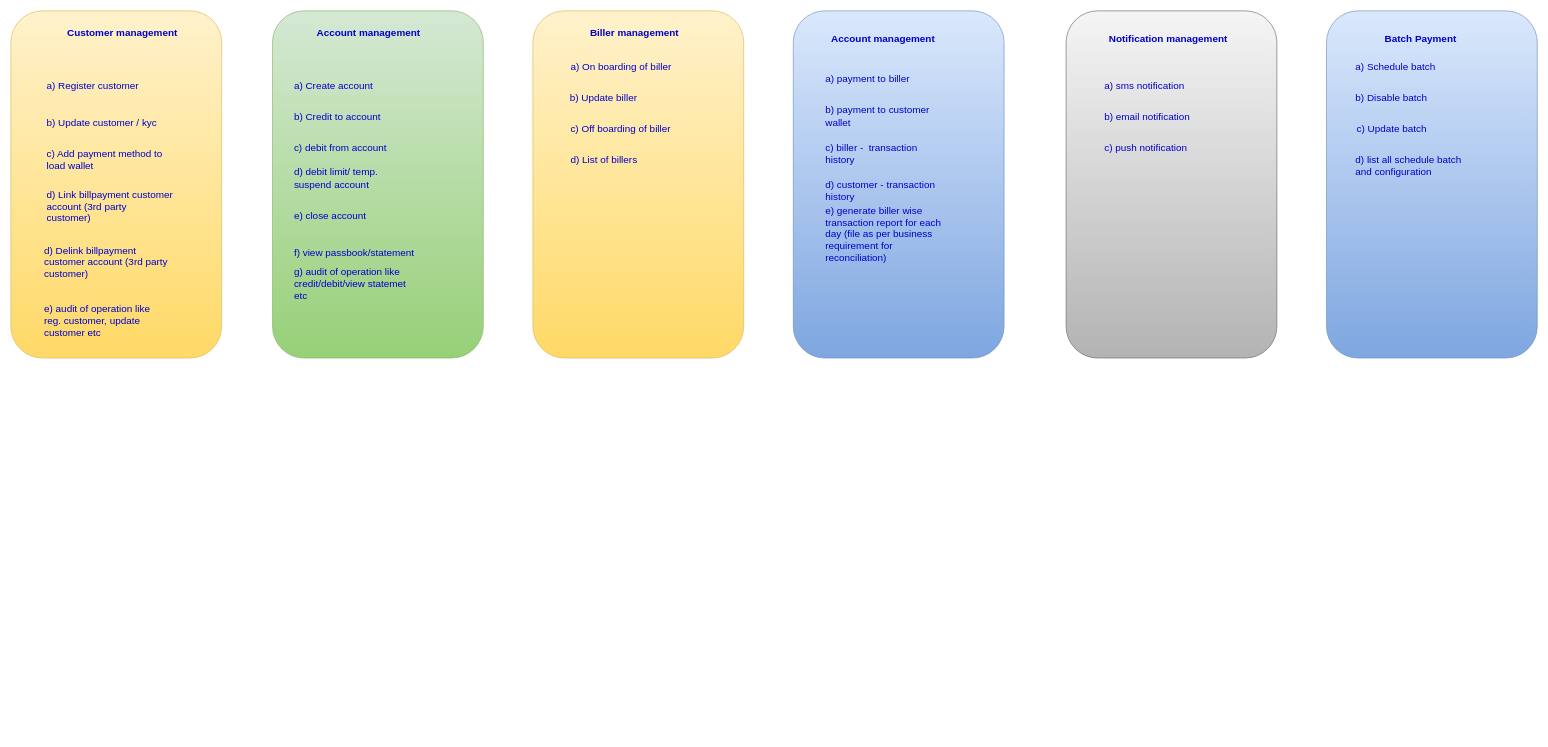
Above: java8/src/main/Subdomain-customer.drawio in aratishingala83/learning (draw.io), before the change. Source tidied: cells renumbered, new cells numbered last; positions are measured from the earlier drawing's top-left corner, leaving out a move shared by most shapes. Both pictures are drawn from the tidied source at 62%, with x=0, y=0 at pixel (11, 11).
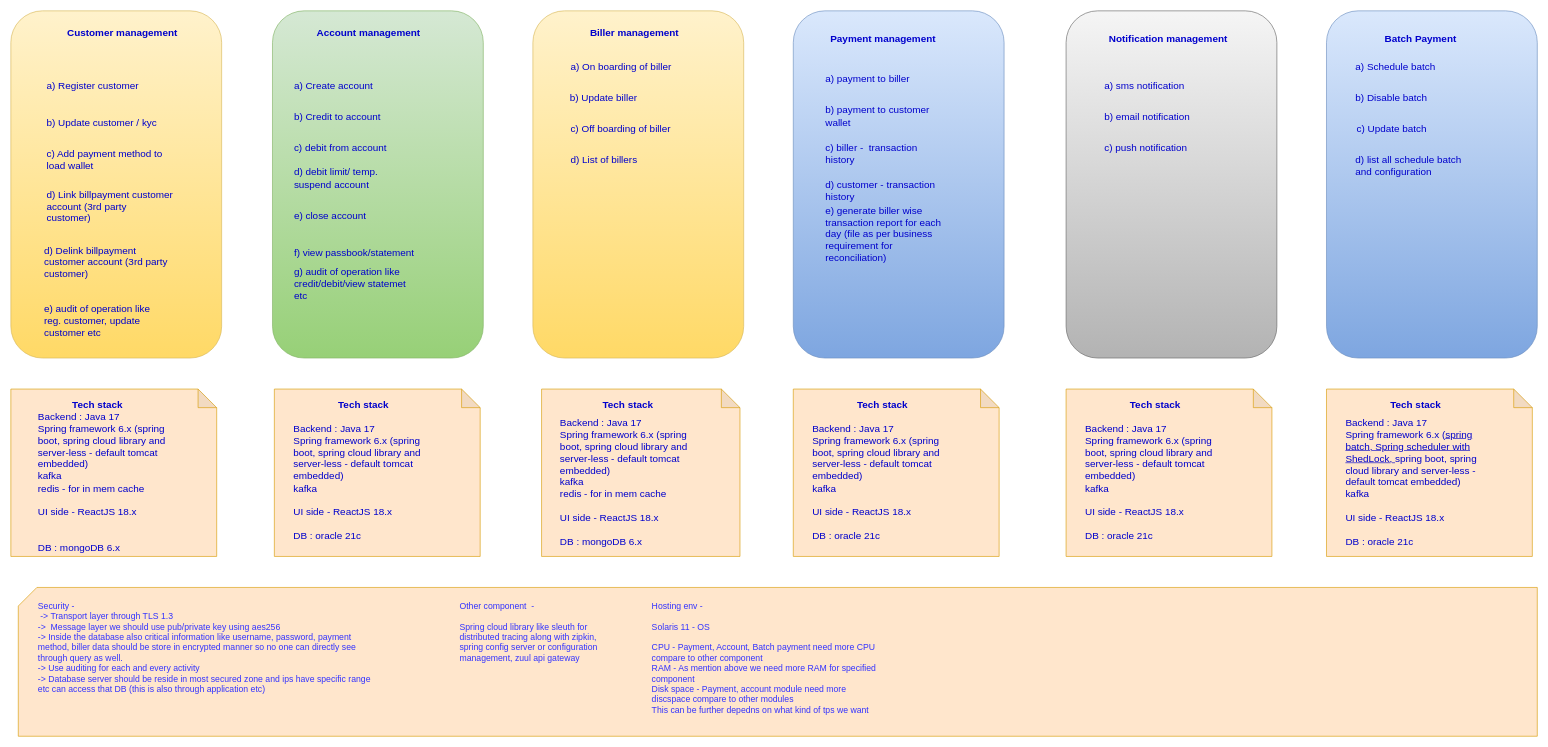
The same page after the edit.

Unchanged cells that the change refers to:
```xml
<mxCell id="20" style="group;" parent="1" vertex="1">
  <mxGeometry x="1262" width="340" height="560" as="geometry" />
</mxCell>
```

Change to the diagram source:
```diff
@@
-    <mxCell id="22" value="Account management" style="text;html=1;strokeColor=none;fillColor=none;align=center;verticalAlign=middle;whiteSpace=wrap;rounded=0;fontSize=16;fontStyle=1;fontColor=#0000CC;" parent="20" vertex="1">
+    <mxCell id="22" value="Payment management" style="text;html=1;strokeColor=none;fillColor=none;align=center;verticalAlign=middle;whiteSpace=wrap;rounded=0;fontSize=16;fontStyle=1;fontColor=#0000CC;" parent="20" vertex="1">
       <mxGeometry x="40" y="30" width="210" height="30" as="geometry" />
     </mxCell>
@@
+    <mxCell id="48" style="shape=note;whiteSpace=wrap;html=1;backgroundOutline=1;darkOpacity=0.05;fillColor=#ffe6cc;strokeColor=#d79b00;" parent="1" vertex="1">
+      <mxGeometry y="610" width="332" height="270" as="geometry" />
+    </mxCell>
+    <mxCell id="49" value="Backend : Java 17&lt;br&gt;Spring framework 6.x (spring boot, spring cloud library and server-less - default tomcat embedded)&lt;br&gt;kafka&lt;br&gt;redis - for in mem cache&lt;br&gt;&lt;br&gt;UI side - ReactJS 18.x&lt;br&gt;&lt;br&gt;&lt;br&gt;DB : mongoDB 6.x" style="text;html=1;strokeColor=none;fillColor=none;align=left;verticalAlign=middle;whiteSpace=wrap;rounded=0;fontSize=16;fontColor=#0000CC;" parent="1" vertex="1">
+      <mxGeometry x="42" y="650" width="230" height="220" as="geometry" />
+    </mxCell>
+    <mxCell id="50" value="Tech stack" style="text;html=1;strokeColor=none;fillColor=none;align=center;verticalAlign=middle;whiteSpace=wrap;rounded=0;fontSize=16;fontStyle=1;fontColor=#0000CC;" parent="1" vertex="1">
+      <mxGeometry x="31.7" y="620" width="216.4" height="30" as="geometry" />
+    </mxCell>
+    <mxCell id="51" style="group;" parent="1" vertex="1">
+      <mxGeometry x="425" y="610" width="332" height="270" as="geometry" />
+    </mxCell>
+    <mxCell id="52" style="shape=note;whiteSpace=wrap;html=1;backgroundOutline=1;darkOpacity=0.05;fillColor=#ffe6cc;strokeColor=#d79b00;" parent="51" vertex="1">
+      <mxGeometry width="332" height="270" as="geometry" />
+    </mxCell>
+    <mxCell id="53" value="Backend : Java 17&lt;br&gt;Spring framework 6.x (spring boot, spring cloud library and server-less - default tomcat embedded)&lt;br&gt;kafka&lt;br&gt;&lt;br&gt;UI side - ReactJS 18.x&lt;br&gt;&lt;br&gt;DB : oracle 21c" style="text;html=1;strokeColor=none;fillColor=none;align=left;verticalAlign=middle;whiteSpace=wrap;rounded=0;fontSize=16;fontColor=#0000CC;" parent="51" vertex="1">
+      <mxGeometry x="29" y="40" width="230" height="220" as="geometry" />
+    </mxCell>
+    <mxCell id="54" value="Tech stack" style="text;html=1;strokeColor=none;fillColor=none;align=center;verticalAlign=middle;whiteSpace=wrap;rounded=0;fontSize=16;fontStyle=1;fontColor=#0000CC;" parent="51" vertex="1">
+      <mxGeometry x="35.8" y="10" width="216.4" height="30" as="geometry" />
+    </mxCell>
+    <mxCell id="55" style="group;" parent="1" vertex="1">
+      <mxGeometry x="856" y="610" width="320" height="270" as="geometry" />
+    </mxCell>
+    <mxCell id="56" style="shape=note;whiteSpace=wrap;html=1;backgroundOutline=1;darkOpacity=0.05;fillColor=#ffe6cc;strokeColor=#d79b00;" parent="55" vertex="1">
+      <mxGeometry width="320" height="270" as="geometry" />
+    </mxCell>
+    <mxCell id="57" value="Backend : Java 17&lt;br&gt;Spring framework 6.x (spring boot, spring cloud library and server-less - default tomcat embedded)&lt;br&gt;kafka&lt;br&gt;redis - for in mem cache&lt;br&gt;&lt;br&gt;UI side - ReactJS 18.x&lt;br&gt;&lt;br&gt;DB : mongoDB 6.x" style="text;html=1;strokeColor=none;fillColor=none;align=left;verticalAlign=middle;whiteSpace=wrap;rounded=0;fontSize=16;fontColor=#0000CC;" parent="55" vertex="1">
+      <mxGeometry x="28" y="40" width="221.7" height="220" as="geometry" />
+    </mxCell>
+    <mxCell id="58" value="Tech stack" style="text;html=1;strokeColor=none;fillColor=none;align=center;verticalAlign=middle;whiteSpace=wrap;rounded=0;fontSize=16;fontStyle=1;fontColor=#0000CC;" parent="55" vertex="1">
+      <mxGeometry x="34.5" y="10" width="208.5" height="30" as="geometry" />
+    </mxCell>
+    <mxCell id="59" style="group;" parent="1" vertex="1">
+      <mxGeometry x="1262" y="610" width="332" height="270" as="geometry" />
+    </mxCell>
+    <mxCell id="60" style="shape=note;whiteSpace=wrap;html=1;backgroundOutline=1;darkOpacity=0.05;fillColor=#ffe6cc;strokeColor=#d79b00;" parent="59" vertex="1">
+      <mxGeometry width="332" height="270" as="geometry" />
+    </mxCell>
+    <mxCell id="61" value="Backend : Java 17&lt;br&gt;Spring framework 6.x (spring boot, spring cloud library and server-less - default tomcat embedded)&lt;br&gt;kafka&lt;br&gt;&lt;br&gt;UI side - ReactJS 18.x&lt;br&gt;&lt;br&gt;DB : oracle 21c" style="text;html=1;strokeColor=none;fillColor=none;align=left;verticalAlign=middle;whiteSpace=wrap;rounded=0;fontSize=16;fontColor=#0000CC;" parent="59" vertex="1">
+      <mxGeometry x="29" y="40" width="230" height="220" as="geometry" />
+    </mxCell>
+    <mxCell id="62" value="Tech stack" style="text;html=1;strokeColor=none;fillColor=none;align=center;verticalAlign=middle;whiteSpace=wrap;rounded=0;fontSize=16;fontStyle=1;fontColor=#0000CC;" parent="59" vertex="1">
+      <mxGeometry x="35.8" y="10" width="216.4" height="30" as="geometry" />
+    </mxCell>
+    <mxCell id="63" style="group;" parent="1" vertex="1">
+      <mxGeometry x="1702" y="610" width="332" height="270" as="geometry" />
+    </mxCell>
+    <mxCell id="64" style="shape=note;whiteSpace=wrap;html=1;backgroundOutline=1;darkOpacity=0.05;fillColor=#ffe6cc;strokeColor=#d79b00;" parent="63" vertex="1">
+      <mxGeometry width="332" height="270" as="geometry" />
+    </mxCell>
+    <mxCell id="65" value="Backend : Java 17&lt;br&gt;Spring framework 6.x (spring boot, spring cloud library and server-less - default tomcat embedded)&lt;br&gt;kafka&lt;br&gt;&lt;br&gt;UI side - ReactJS 18.x&lt;br&gt;&lt;br&gt;DB : oracle 21c" style="text;html=1;strokeColor=none;fillColor=none;align=left;verticalAlign=middle;whiteSpace=wrap;rounded=0;fontSize=16;fontColor=#0000CC;" parent="63" vertex="1">
+      <mxGeometry x="29" y="40" width="230" height="220" as="geometry" />
+    </mxCell>
+    <mxCell id="66" value="Tech stack" style="text;html=1;strokeColor=none;fillColor=none;align=center;verticalAlign=middle;whiteSpace=wrap;rounded=0;fontSize=16;fontStyle=1;fontColor=#0000CC;" parent="63" vertex="1">
+      <mxGeometry x="35.8" y="10" width="216.4" height="30" as="geometry" />
+    </mxCell>
+    <mxCell id="67" style="group;" parent="1" vertex="1">
+      <mxGeometry x="2122" y="610" width="332" height="270" as="geometry" />
+    </mxCell>
+    <mxCell id="68" style="shape=note;whiteSpace=wrap;html=1;backgroundOutline=1;darkOpacity=0.05;fillColor=#ffe6cc;strokeColor=#d79b00;" parent="67" vertex="1">
+      <mxGeometry width="332" height="270" as="geometry" />
+    </mxCell>
+    <mxCell id="69" value="Backend : Java 17&lt;br&gt;Spring framework 6.x (&lt;u style=&quot;&quot;&gt;spring batch, Spring scheduler with ShedLock,&amp;nbsp;&lt;/u&gt;spring boot, spring cloud library and server-less - default tomcat embedded)&lt;br&gt;kafka&lt;br&gt;&lt;br&gt;UI side - ReactJS 18.x&lt;br&gt;&lt;br&gt;DB : oracle 21c" style="text;html=1;strokeColor=none;fillColor=none;align=left;verticalAlign=middle;whiteSpace=wrap;rounded=0;fontSize=16;fontColor=#0000CC;" parent="67" vertex="1">
+      <mxGeometry x="29" y="40" width="230" height="220" as="geometry" />
+    </mxCell>
+    <mxCell id="70" value="Tech stack" style="text;html=1;strokeColor=none;fillColor=none;align=center;verticalAlign=middle;whiteSpace=wrap;rounded=0;fontSize=16;fontStyle=1;fontColor=#0000CC;" parent="67" vertex="1">
+      <mxGeometry x="35.8" y="10" width="216.4" height="30" as="geometry" />
+    </mxCell>
+    <mxCell id="71" style="shape=card;whiteSpace=wrap;html=1;fillColor=#ffe6cc;strokeColor=#d79b00;align=left;" parent="1" vertex="1">
+      <mxGeometry x="12" y="930" width="2450" height="240" as="geometry" />
+    </mxCell>
+    <mxCell id="72" value="Security - &lt;br&gt;&amp;nbsp;-&amp;gt; Transport layer through TLS 1.3&lt;br&gt;-&amp;gt;&amp;nbsp; Message layer we should use pub/private key using aes256&lt;br&gt;-&amp;gt; Inside the database also critical information like username, password, payment method, biller data should be store in encrypted manner so no one can directly see through query as well.&lt;br&gt;-&amp;gt; Use auditing for each and every activity&amp;nbsp;&lt;br&gt;-&amp;gt; Database server should be reside in most secured zone and ips have specific range etc can access that DB (this is also through application etc)" style="text;html=1;strokeColor=none;fillColor=none;align=left;verticalAlign=top;whiteSpace=wrap;rounded=0;fontSize=14;fontColor=#3333FF;" parent="1" vertex="1">
+      <mxGeometry x="42" y="945" width="550" height="160" as="geometry" />
+    </mxCell>
+    <mxCell id="73" value="Other component&amp;nbsp; -&amp;nbsp;&amp;nbsp;&lt;br&gt;&lt;span style=&quot;text-align: center;&quot;&gt;&lt;br&gt;Spring cloud library like sleuth for distributed tracing along with zipkin, spring config server or configuration management, zuul api gateway&amp;nbsp;&lt;/span&gt;" style="text;html=1;strokeColor=none;fillColor=none;align=left;verticalAlign=top;whiteSpace=wrap;rounded=0;fontSize=14;fontColor=#3333FF;" parent="1" vertex="1">
+      <mxGeometry x="722" y="945" width="230" height="165" as="geometry" />
+    </mxCell>
+    <mxCell id="74" value="Hosting env -&amp;nbsp;&amp;nbsp;&lt;br&gt;&lt;span style=&quot;text-align: center;&quot;&gt;&lt;br&gt;Solaris 11 - OS&amp;nbsp;&lt;br&gt;&lt;br&gt;CPU - Payment, Account, Batch payment need more CPU compare to other component&lt;br&gt;RAM - As mention above we need more RAM for specified component&lt;br&gt;Disk space - Payment, account module need more discspace compare to other modules&lt;br&gt;This can be further depedns on what kind of tps we want&lt;br&gt;&lt;/span&gt;" style="text;html=1;strokeColor=none;fillColor=none;align=left;verticalAlign=top;whiteSpace=wrap;rounded=0;fontSize=14;fontColor=#3333FF;" parent="1" vertex="1">
+      <mxGeometry x="1032" y="945" width="370" height="225" as="geometry" />
+    </mxCell>
```
